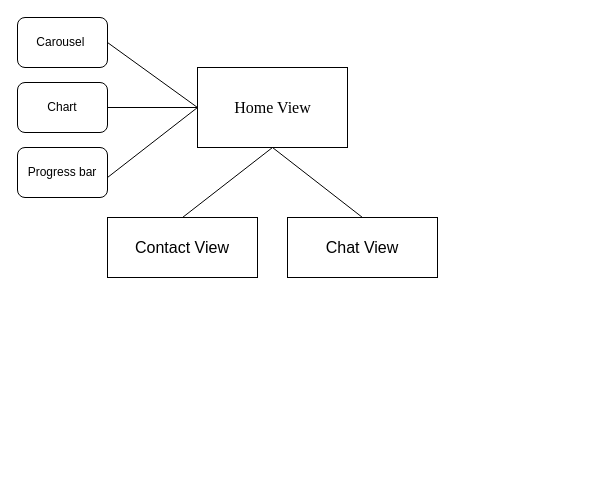
The draw.io diagram diagrams/ComponentsDiagram.drawio in TarasKutsyk/CourseProject, before the edit. Source tidied: cells renumbered, new cells numbered last; positions are measured from the earlier drawing's top-left corner, leaving out a move shared by most shapes. Both pictures are drawn from the tidied source at 100%, with x=0, y=0 at pixel (17, 17).
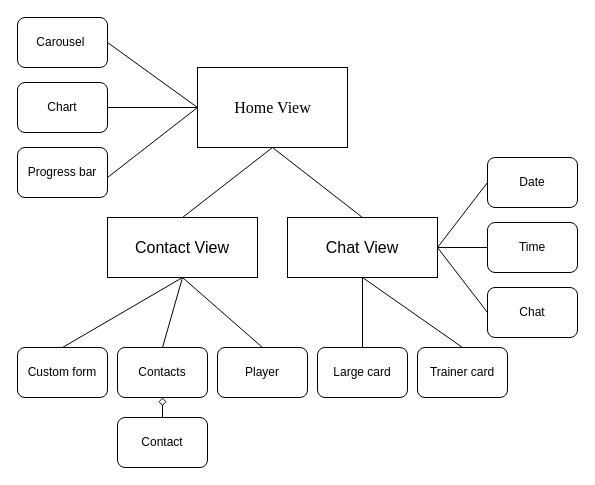
The same diagram, later.

The change refers to these unchanged cells:
```xml
<mxCell id="9" value="&lt;font style=&quot;font-size: 16px;&quot;&gt;Contact View&lt;/font&gt;" style="whiteSpace=wrap;html=1;" parent="1" vertex="1">
  <mxGeometry x="90" y="200" width="150" height="60" as="geometry" />
</mxCell>
<mxCell id="11" value="&lt;font style=&quot;font-size: 16px;&quot;&gt;Chat View&lt;/font&gt;" style="whiteSpace=wrap;html=1;" parent="1" vertex="1">
  <mxGeometry x="270" y="200" width="150" height="60" as="geometry" />
</mxCell>
```

Diff of the diagram source:
```diff
@@
+    <mxCell id="13" style="edgeStyle=orthogonalEdgeStyle;rounded=0;jettySize=auto;html=1;startArrow=none;startFill=0;endArrow=none;endFill=0;entryX=0.5;entryY=0;entryDx=0;entryDy=0;" parent="1" edge="1" source="11" target="23">
+      <mxGeometry relative="1" as="geometry" />
+    </mxCell>
+    <mxCell id="14" style="edgeStyle=orthogonalEdgeStyle;rounded=0;jettySize=auto;html=1;startArrow=none;startFill=0;endArrow=none;endFill=0;entryX=0;entryY=0.5;entryDx=0;entryDy=0;" parent="1" edge="1" source="11" target="28">
+      <mxGeometry relative="1" as="geometry" />
+    </mxCell>
@@
+    <mxCell id="15" style="endArrow=none;html=1;rounded=0;fontSize=12;entryX=0.5;entryY=1;entryDx=0;entryDy=0;exitX=0.5;exitY=0;exitDx=0;exitDy=0;" parent="1" edge="1" source="16" target="9">
+      <mxGeometry relative="1" as="geometry" />
+    </mxCell>
+    <mxCell id="16" value="Custom form" style="rounded=1;whiteSpace=wrap;html=1;fontSize=12;" parent="1" vertex="1">
+      <mxGeometry y="330" width="90" height="50" as="geometry" />
+    </mxCell>
+    <mxCell id="17" style="edgeStyle=orthogonalEdgeStyle;rounded=0;jettySize=auto;html=1;exitX=0.5;exitY=1;exitDx=0;exitDy=0;startArrow=diamond;startFill=0;endArrow=none;endFill=0;entryX=0.5;entryY=0;entryDx=0;entryDy=0;" parent="1" edge="1" source="18" target="22">
+      <mxGeometry relative="1" as="geometry" />
+    </mxCell>
+    <mxCell id="18" value="Contacts" style="rounded=1;whiteSpace=wrap;html=1;fontSize=12;" parent="1" vertex="1">
+      <mxGeometry x="100" y="330" width="90" height="50" as="geometry" />
+    </mxCell>
+    <mxCell id="19" style="endArrow=none;html=1;rounded=0;fontSize=12;entryX=0.5;entryY=1;entryDx=0;entryDy=0;exitX=0.5;exitY=0;exitDx=0;exitDy=0;" parent="1" edge="1" source="18" target="9">
+      <mxGeometry relative="1" as="geometry" />
+    </mxCell>
+    <mxCell id="20" value="Player" style="rounded=1;whiteSpace=wrap;html=1;fontSize=12;" parent="1" vertex="1">
+      <mxGeometry x="200" y="330" width="90" height="50" as="geometry" />
+    </mxCell>
+    <mxCell id="21" style="endArrow=none;html=1;rounded=0;fontSize=12;entryX=0.5;entryY=1;entryDx=0;entryDy=0;exitX=0.5;exitY=0;exitDx=0;exitDy=0;" parent="1" edge="1" source="20" target="9">
+      <mxGeometry relative="1" as="geometry" />
+    </mxCell>
+    <mxCell id="22" value="Contact" style="rounded=1;whiteSpace=wrap;html=1;fontSize=12;" parent="1" vertex="1">
+      <mxGeometry x="100" y="400" width="90" height="50" as="geometry" />
+    </mxCell>
+    <mxCell id="23" value="Large card" style="rounded=1;whiteSpace=wrap;html=1;fontSize=12;" parent="1" vertex="1">
+      <mxGeometry x="300" y="330" width="90" height="50" as="geometry" />
+    </mxCell>
+    <mxCell id="24" style="endArrow=none;html=1;rounded=0;fontSize=12;exitX=0.5;exitY=1;exitDx=0;exitDy=0;entryX=0.5;entryY=0;entryDx=0;entryDy=0;" parent="1" edge="1" source="11" target="25">
+      <mxGeometry relative="1" as="geometry" />
+    </mxCell>
+    <mxCell id="25" value="Trainer card" style="rounded=1;whiteSpace=wrap;html=1;fontSize=12;" parent="1" vertex="1">
+      <mxGeometry x="400" y="330" width="90" height="50" as="geometry" />
+    </mxCell>
+    <mxCell id="26" style="endArrow=none;html=1;rounded=0;fontSize=12;exitX=1;exitY=0.5;exitDx=0;exitDy=0;entryX=0;entryY=0.5;entryDx=0;entryDy=0;" parent="1" edge="1" source="11" target="27">
+      <mxGeometry relative="1" as="geometry" />
+    </mxCell>
+    <mxCell id="27" value="Date" style="rounded=1;whiteSpace=wrap;html=1;fontSize=12;" parent="1" vertex="1">
+      <mxGeometry x="470" y="140" width="90" height="50" as="geometry" />
+    </mxCell>
+    <mxCell id="28" value="Time" style="rounded=1;whiteSpace=wrap;html=1;fontSize=12;" parent="1" vertex="1">
+      <mxGeometry x="470" y="205" width="90" height="50" as="geometry" />
+    </mxCell>
+    <mxCell id="29" style="endArrow=none;html=1;rounded=0;fontSize=12;exitX=1;exitY=0.5;exitDx=0;exitDy=0;entryX=0;entryY=0.5;entryDx=0;entryDy=0;" parent="1" edge="1" source="11" target="30">
+      <mxGeometry relative="1" as="geometry" />
+    </mxCell>
+    <mxCell id="30" value="Chat" style="rounded=1;whiteSpace=wrap;html=1;fontSize=12;" parent="1" vertex="1">
+      <mxGeometry x="470" y="270" width="90" height="50" as="geometry" />
+    </mxCell>
```
